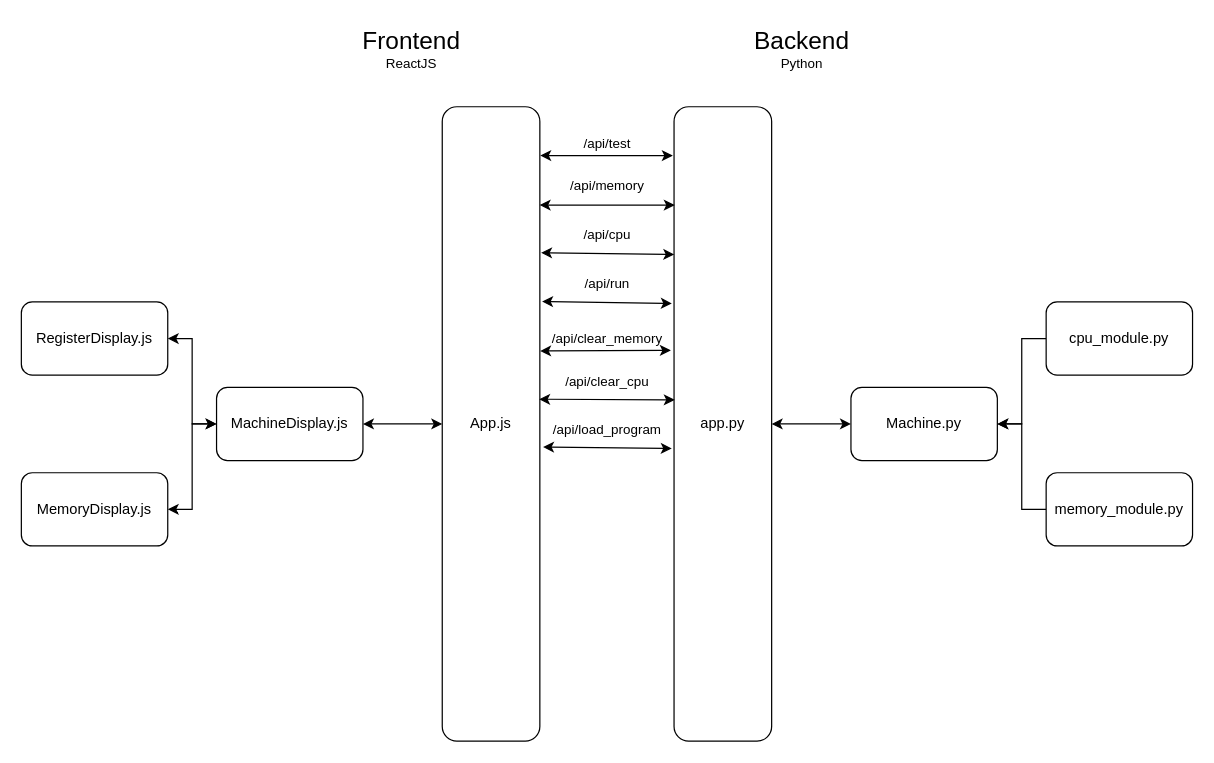
Before: architecture.dio in FarisAMZ71/BrookshearMachine, a draw.io diagram. Source tidied: cells renumbered, new cells numbered last; positions are measured from the earlier drawing's top-left corner, leaving out a move shared by most shapes. Both pictures are drawn from the tidied source at 122%, with x=0, y=0 at pixel (21, 21).
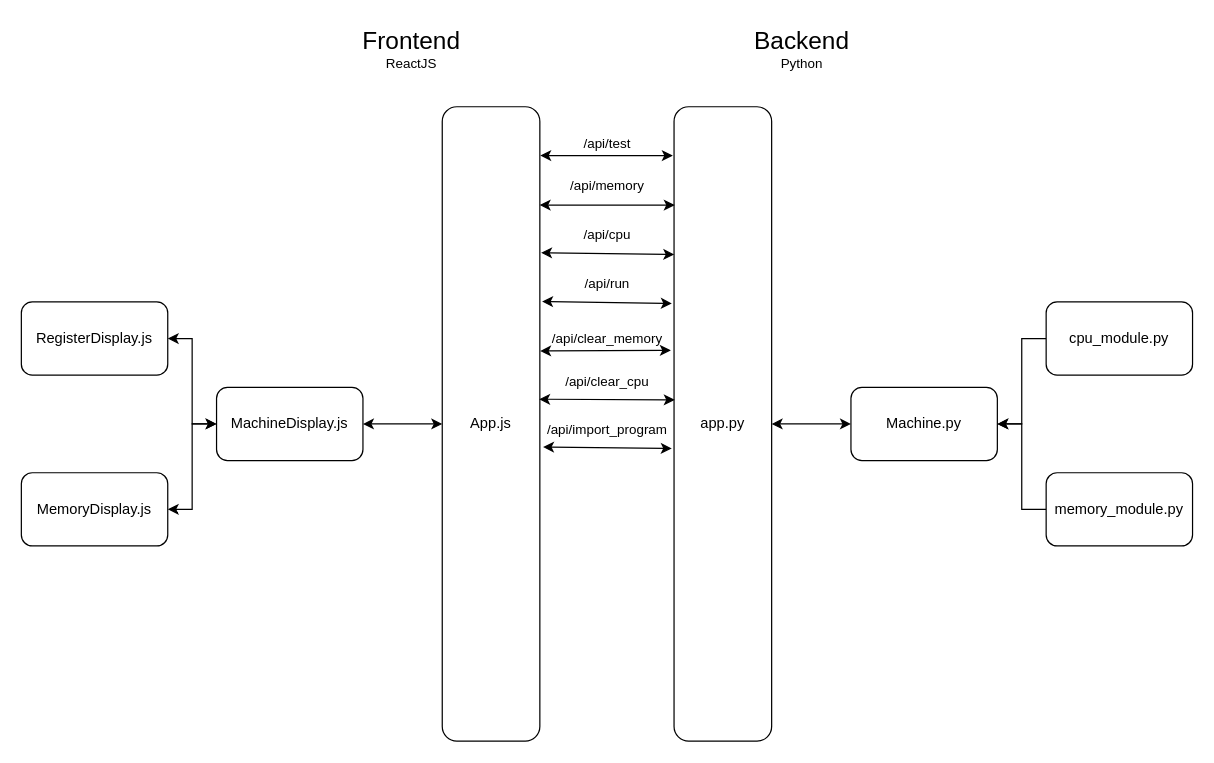
After the change.

Commit message (it also covers changes not shown here):
Working Load button that load program and can be executed

Change to the diagram source:
```diff
@@
-    <mxCell id="29" value="/api/load_program" style="text;html=1;align=center;verticalAlign=middle;points=[];strokeColor=none;fillColor=none;fontSize=11;" parent="1" vertex="1">
+    <mxCell id="29" value="/api/import_program" style="text;html=1;align=center;verticalAlign=middle;points=[];strokeColor=none;fillColor=none;fontSize=11;" parent="1" vertex="1">
       <mxGeometry x="425" y="320" width="110" height="30" as="geometry" />
     </mxCell>
```
